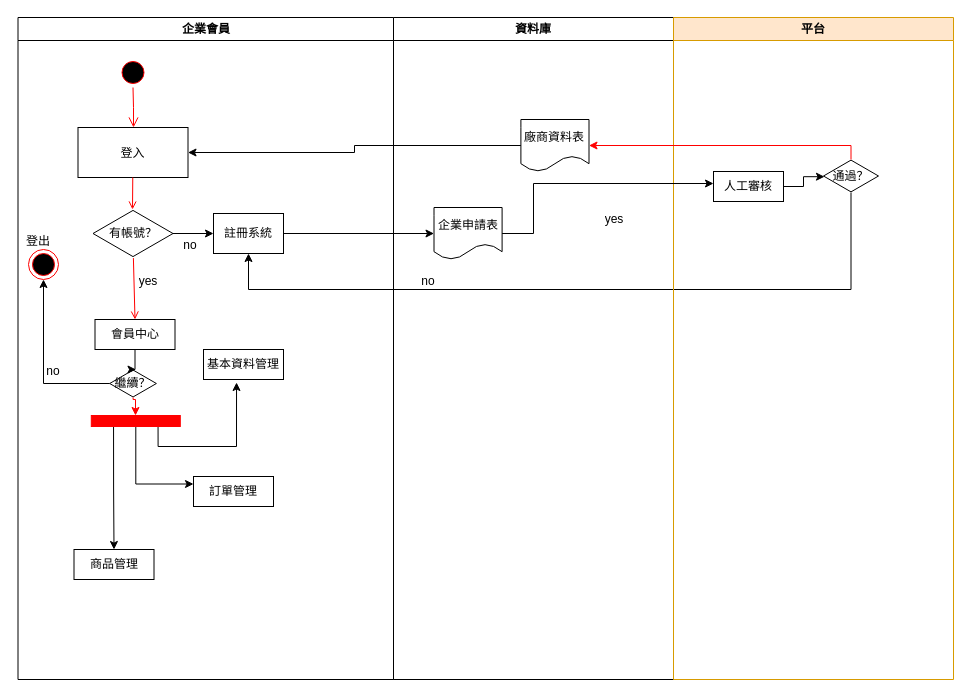
Above: 企業會員流程.drawio in 4gold/PFF (draw.io), before the change. Source tidied: cells renumbered, new cells numbered last; positions are measured from the earlier drawing's top-left corner, leaving out a move shared by most shapes. Both pictures are drawn from the tidied source at 100%, with x=0, y=0 at pixel (17, 17).
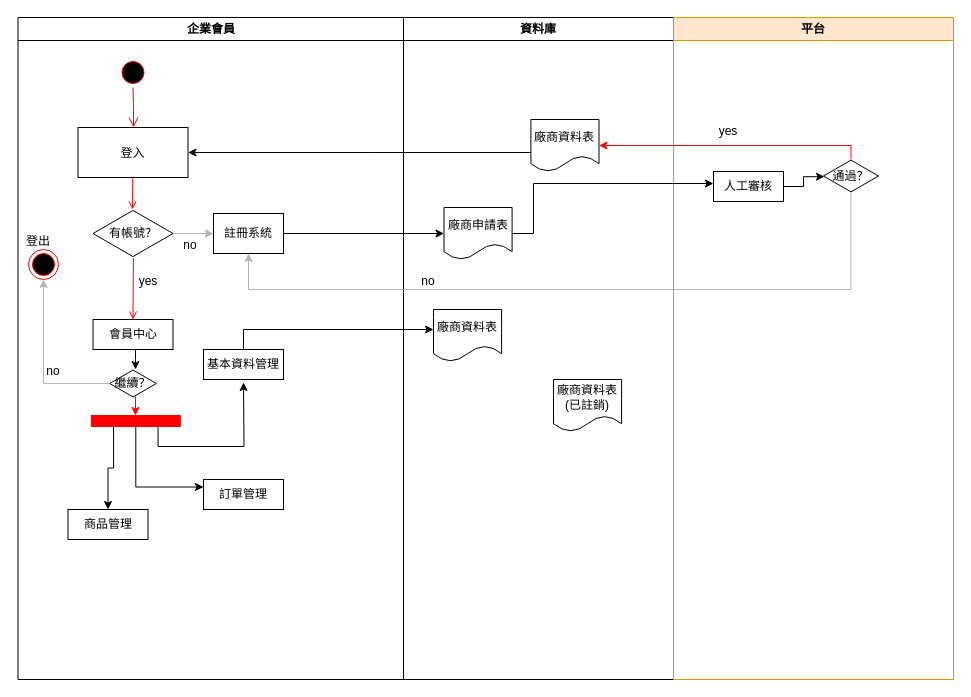
Above is the later version.

Commit message:
Update 企業會員流程.drawio

The change refers to these unchanged cells:
```xml
<mxCell id="5" value="登入" parent="2" vertex="1">
  <mxGeometry x="60" y="110" width="110" height="50" as="geometry" />
</mxCell>
<mxCell id="9" value="有帳號？" style="html=1;whiteSpace=wrap;shape=isoRectangle;" parent="2" vertex="1">
  <mxGeometry x="75" y="192" width="80" height="48" as="geometry" />
</mxCell>
<mxCell id="11" value="註冊系統" style="rounded=0;whiteSpace=wrap;html=1;" parent="2" vertex="1">
  <mxGeometry x="195.5" y="196" width="70" height="40" as="geometry" />
</mxCell>
<mxCell id="14" value="基本資料管理" style="rounded=0;whiteSpace=wrap;html=1;" parent="2" vertex="1">
  <mxGeometry x="185.5" y="332" width="80" height="30" as="geometry" />
</mxCell>
<mxCell id="18" value="繼續？" style="html=1;whiteSpace=wrap;shape=isoRectangle;" parent="2" vertex="1">
  <mxGeometry x="91.7" y="352" width="46.7" height="28" as="geometry" />
</mxCell>
<mxCell id="22" value="廠商資料表" style="shape=document;whiteSpace=wrap;html=1;boundedLbl=1;rounded=0;" parent="20" vertex="1">
  <mxGeometry x="127.4" y="102" width="68.1" height="52" as="geometry" />
</mxCell>
<mxCell id="31" style="whiteSpace=wrap;strokeColor=#FF0000;fillColor=#FF0000;rotation=90;" parent="1" vertex="1">
  <mxGeometry x="112.8" y="359" width="11" height="89" as="geometry" />
</mxCell>
<mxCell id="32" style="ellipse;shape=endState;fillColor=#000000;strokeColor=#ff0000;" parent="1" vertex="1">
  <mxGeometry x="11" y="232" width="30" height="30" as="geometry" />
</mxCell>
<mxCell id="36" value="平台" style="swimlane;whiteSpace=wrap;fillColor=#ffe6cc;strokeColor=#d79b00;" parent="1" vertex="1">
  <mxGeometry x="656" width="280" height="662" as="geometry" />
</mxCell>
<mxCell id="37" value="通過？" style="html=1;whiteSpace=wrap;shape=isoRectangle;" parent="36" vertex="1">
  <mxGeometry x="150" y="142" width="55" height="33" as="geometry" />
</mxCell>
```

Diff of the diagram source:
```diff
@@
     <mxCell id="2" value="企業會員" style="swimlane;whiteSpace=wrap;" parent="1" vertex="1">
-      <mxGeometry x="0.5" width="375.5" height="662" as="geometry" />
+      <mxGeometry x="0.5" width="385.5" height="662" as="geometry" />
     </mxCell>
@@
-    <mxCell id="8" style="edgeStyle=orthogonalEdgeStyle;rounded=0;jettySize=auto;html=1;" parent="2" edge="1" source="9" target="11">
+    <mxCell id="8" style="edgeStyle=orthogonalEdgeStyle;rounded=0;jettySize=auto;html=1;strokeColor=#B3B3B3;" parent="2" edge="1" source="9" target="11">
       <mxGeometry relative="1" as="geometry" />
     </mxCell>
@@
     <mxCell id="12" value="會員中心" style="rounded=0;whiteSpace=wrap;html=1;" parent="2" vertex="1">
-      <mxGeometry x="77" y="302" width="80" height="30" as="geometry" />
+      <mxGeometry x="75" y="302" width="80" height="30" as="geometry" />
     </mxCell>
@@
     <mxCell id="15" value="商品管理" style="rounded=0;whiteSpace=wrap;html=1;" parent="2" vertex="1">
-      <mxGeometry x="56" y="532" width="80" height="30" as="geometry" />
+      <mxGeometry x="50" y="492" width="80" height="30" as="geometry" />
     </mxCell>
@@
     <mxCell id="17" value="訂單管理" style="rounded=0;whiteSpace=wrap;html=1;" parent="2" vertex="1">
-      <mxGeometry x="175.5" y="459" width="80" height="30" as="geometry" />
+      <mxGeometry x="185.5" y="462" width="80" height="30" as="geometry" />
     </mxCell>
@@
+    <mxCell id="33" style="edgeStyle=orthogonalEdgeStyle;rounded=0;jettySize=auto;html=1;" parent="2" edge="1" source="12">
+      <mxGeometry relative="1" as="geometry">
+        <mxPoint x="117.5" y="352" as="targetPoint" />
+        <Array as="points">
+          <mxPoint x="117.5" y="342" />
+        </Array>
+      </mxGeometry>
+    </mxCell>
+    <mxCell id="42" style="edgeStyle=orthogonalEdgeStyle;rounded=0;jettySize=auto;html=1;exitX=0.5;exitY=0;exitDx=0;exitDy=0;" parent="2" edge="1" source="14">
+      <mxGeometry relative="1" as="geometry">
+        <mxPoint x="415.5" y="312" as="targetPoint" />
+        <Array as="points">
+          <mxPoint x="226" y="312" />
+          <mxPoint x="284" y="312" />
+        </Array>
+      </mxGeometry>
+    </mxCell>
     <mxCell id="20" value="資料庫" style="swimlane;whiteSpace=wrap;" parent="1" vertex="1">
-      <mxGeometry x="376" width="280" height="662" as="geometry" />
+      <mxGeometry x="386" width="270" height="662" as="geometry" />
     </mxCell>
-    <mxCell id="21" value="企業申請表" style="shape=document;whiteSpace=wrap;html=1;boundedLbl=1;rounded=0;" parent="20" vertex="1">
+    <mxCell id="21" value="廠商申請表" style="shape=document;whiteSpace=wrap;html=1;boundedLbl=1;rounded=0;" parent="20" vertex="1">
       <mxGeometry x="40.5" y="190" width="68.1" height="52" as="geometry" />
     </mxCell>
@@
-    <mxCell id="23" value="yes" style="text;html=1;strokeColor=none;fillColor=none;align=center;verticalAlign=middle;whiteSpace=wrap;overflow=hidden;" parent="20" vertex="1">
-      <mxGeometry x="205.5" y="190" width="30" height="24" as="geometry" />
-    </mxCell>
+    <mxCell id="43" value="廠商資料表" style="shape=document;whiteSpace=wrap;html=1;boundedLbl=1;rounded=0;" parent="20" vertex="1">
+      <mxGeometry x="30" y="292" width="68.1" height="52" as="geometry" />
+    </mxCell>
+    <mxCell id="44" value="廠商資料表&lt;br&gt;(已註銷)" style="shape=document;whiteSpace=wrap;html=1;boundedLbl=1;rounded=0;" parent="20" vertex="1">
+      <mxGeometry x="150" y="362" width="68.1" height="52" as="geometry" />
+    </mxCell>
@@
     <mxCell id="25" style="edgeStyle=orthogonalEdgeStyle;rounded=0;jettySize=auto;html=1;entryX=1;entryY=0.5;entryDx=0;entryDy=0;" parent="1" edge="1" source="22" target="5">
       <mxGeometry relative="1" as="geometry">
         <Array as="points">
-          <mxPoint x="337" y="128" />
-          <mxPoint x="337" y="135" />
+          <mxPoint x="356" y="135" />
+          <mxPoint x="356" y="135" />
         </Array>
       </mxGeometry>
     </mxCell>
-    <mxCell id="26" style="edgeStyle=orthogonalEdgeStyle;rounded=0;jettySize=auto;html=1;entryX=0.5;entryY=1;entryDx=0;entryDy=0;" parent="1" edge="1" source="37" target="11">
+    <mxCell id="26" style="edgeStyle=orthogonalEdgeStyle;rounded=0;jettySize=auto;html=1;entryX=0.5;entryY=1;entryDx=0;entryDy=0;strokeColor=#B3B3B3;" parent="1" edge="1" source="37" target="11">
       <mxGeometry relative="1" as="geometry">
         <Array as="points">
           <mxPoint x="834" y="272" />
           <mxPoint x="231" y="272" />
         </Array>
       </mxGeometry>
     </mxCell>
@@
     <mxCell id="29" style="edgeStyle=orthogonalEdgeStyle;rounded=0;jettySize=auto;html=1;exitX=1;exitY=0.5;exitDx=0;exitDy=0;entryX=0;entryY=0.25;entryDx=0;entryDy=0;" parent="1" edge="1" source="31" target="17">
-      <mxGeometry relative="1" as="geometry" />
+      <mxGeometry relative="1" as="geometry">
+        <Array as="points">
+          <mxPoint x="118" y="470" />
+          <mxPoint x="186" y="470" />
+        </Array>
+      </mxGeometry>
     </mxCell>
-    <mxCell id="30" style="edgeStyle=orthogonalEdgeStyle;rounded=0;jettySize=auto;html=1;exitX=1;exitY=0.25;exitDx=0;exitDy=0;entryX=0.413;entryY=1.1;entryDx=0;entryDy=0;entryPerimeter=0;" parent="1" edge="1" source="31" target="14">
-      <mxGeometry relative="1" as="geometry" />
+    <mxCell id="30" style="edgeStyle=orthogonalEdgeStyle;rounded=0;jettySize=auto;html=1;exitX=1;exitY=0.25;exitDx=0;exitDy=0;" parent="1" edge="1" source="31">
+      <mxGeometry relative="1" as="geometry">
+        <mxPoint x="226" y="365" as="targetPoint" />
+      </mxGeometry>
     </mxCell>
@@
-    <mxCell id="33" style="edgeStyle=orthogonalEdgeStyle;rounded=0;jettySize=auto;html=1;" parent="1" edge="1" source="12">
-      <mxGeometry relative="1" as="geometry">
-        <mxPoint x="118" y="352" as="targetPoint" />
-      </mxGeometry>
-    </mxCell>
-    <mxCell id="34" style="edgeStyle=orthogonalEdgeStyle;rounded=0;jettySize=auto;html=1;strokeColor=#FF0000;" parent="1" edge="1" source="18">
+    <mxCell id="34" style="edgeStyle=orthogonalEdgeStyle;rounded=0;jettySize=auto;html=1;strokeColor=#FF0000;exitX=0.51;exitY=0.972;exitDx=0;exitDy=0;exitPerimeter=0;" parent="1" edge="1" source="18">
       <mxGeometry relative="1" as="geometry">
         <mxPoint x="118" y="398" as="targetPoint" />
         <Array as="points">
-          <mxPoint x="116" y="382" />
-          <mxPoint x="118" y="382" />
+          <mxPoint x="118" y="379" />
         </Array>
       </mxGeometry>
     </mxCell>
-    <mxCell id="35" style="edgeStyle=orthogonalEdgeStyle;rounded=0;jettySize=auto;html=1;entryX=0.5;entryY=1;entryDx=0;entryDy=0;" parent="1" edge="1" source="18" target="32">
+    <mxCell id="35" style="edgeStyle=orthogonalEdgeStyle;rounded=0;jettySize=auto;html=1;entryX=0.5;entryY=1;entryDx=0;entryDy=0;strokeColor=#B3B3B3;" parent="1" edge="1" source="18" target="32">
       <mxGeometry relative="1" as="geometry" />
     </mxCell>
@@
+    <mxCell id="23" value="yes" style="text;html=1;strokeColor=none;fillColor=none;align=center;verticalAlign=middle;whiteSpace=wrap;overflow=hidden;" parent="36" vertex="1">
+      <mxGeometry x="40" y="102" width="30" height="24" as="geometry" />
+    </mxCell>
```
